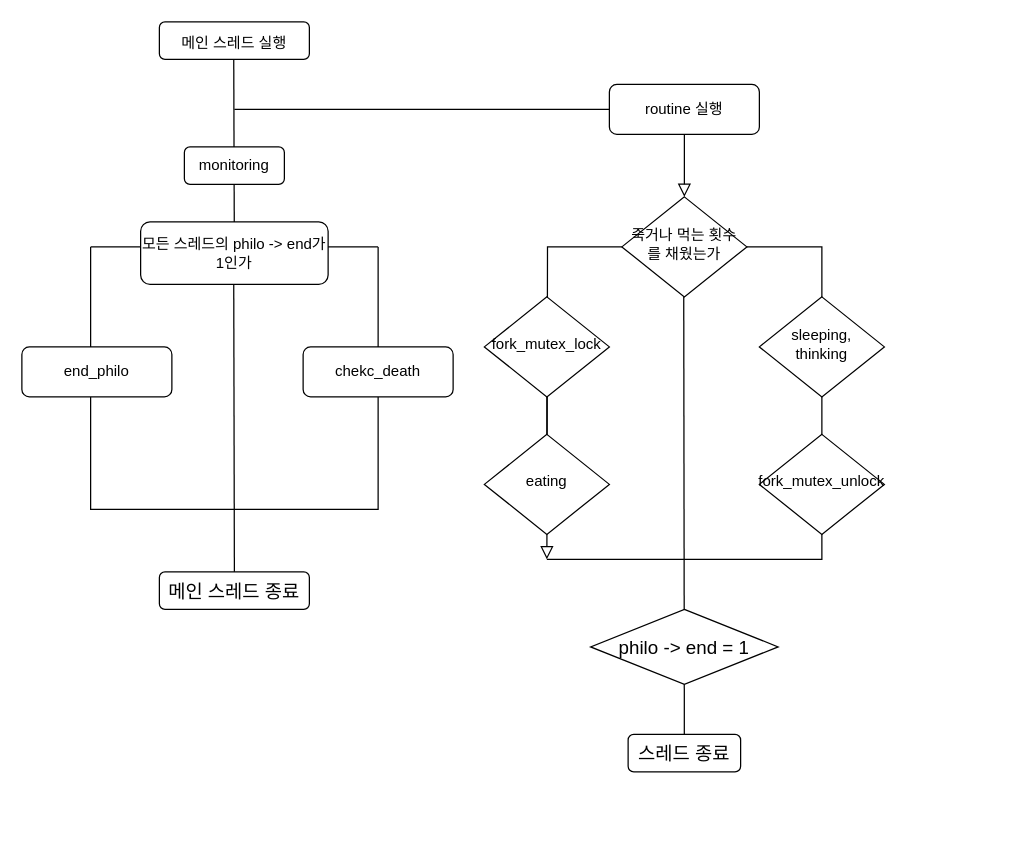
Earlier version of the draw.io diagram mandatory/Philosopher_mandatory.drawio (ohwwh/Philosopher). Source tidied: cells renumbered, new cells numbered last; positions are measured from the earlier drawing's top-left corner, leaving out a move shared by most shapes. Both pictures are drawn from the tidied source at 125%, with x=0, y=0 at pixel (21, 21).
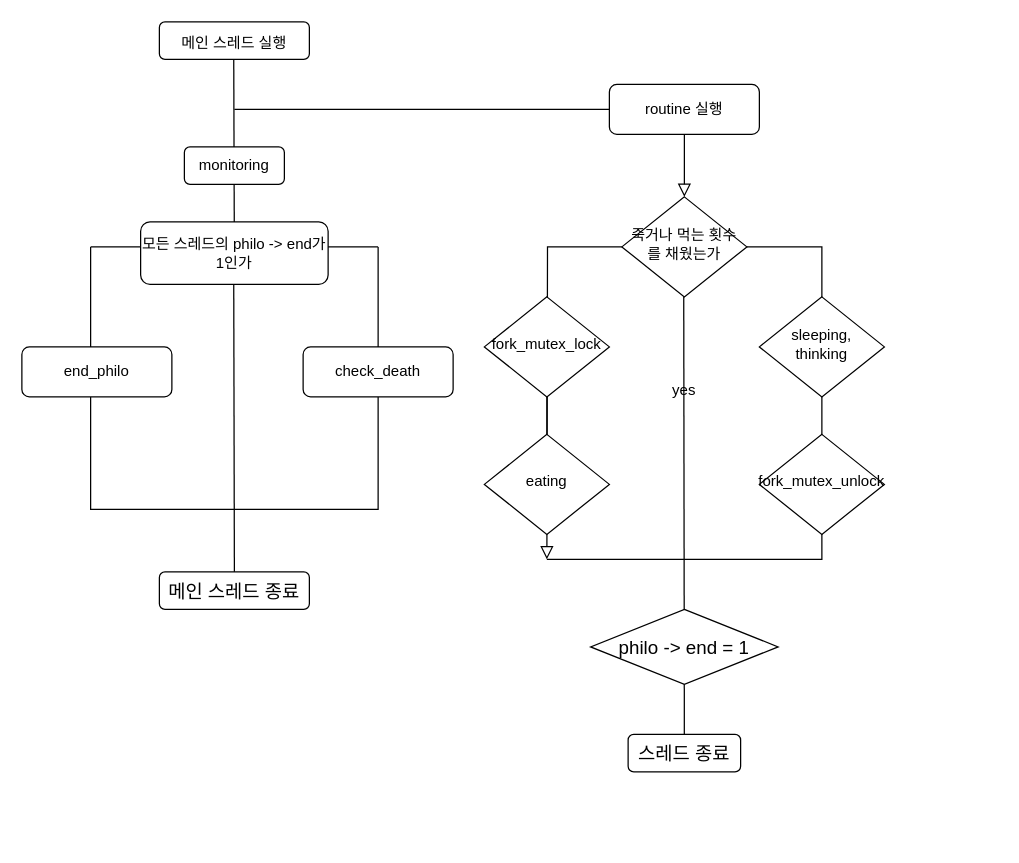
The same diagram, later.

The change refers to these unchanged cells:
```xml
<mxCell id="5" style="swimlane;startSize=0;fontSize=12;" parent="1" vertex="1">
  <mxGeometry x="55" y="180" width="230" height="210" as="geometry" />
</mxCell>
<mxCell id="15" style="group;" parent="12" vertex="1">
  <mxGeometry y="90" width="410" height="515" as="geometry" />
</mxCell>
```

Change to the diagram source:
```diff
@@
-    <mxCell id="6" value="chekc_death" style="rounded=1;whiteSpace=wrap;html=1;fontSize=12;" parent="5" vertex="1">
+    <mxCell id="6" value="check_death" style="rounded=1;whiteSpace=wrap;html=1;fontSize=12;" parent="5" vertex="1">
       <mxGeometry x="170" y="80" width="120" height="40" as="geometry" />
     </mxCell>
@@
+    <mxCell id="27" value="yes" style="text;html=1;strokeColor=none;fillColor=none;align=center;verticalAlign=middle;whiteSpace=wrap;rounded=0;" parent="15" vertex="1">
+      <mxGeometry x="130" y="140" width="60" height="30" as="geometry" />
+    </mxCell>
```
